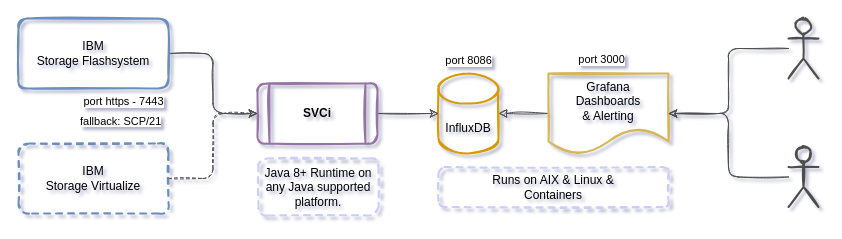
mnellemann/svci keeps this draw.io diagram as doc/SVCi.drawio. Above is the earlier version. Source tidied: cells renumbered, new cells numbered last; positions are measured from the earlier drawing's top-left corner, leaving out a move shared by most shapes. Both pictures are drawn from the tidied source at 100%, with x=0, y=0 at pixel (18, 18).
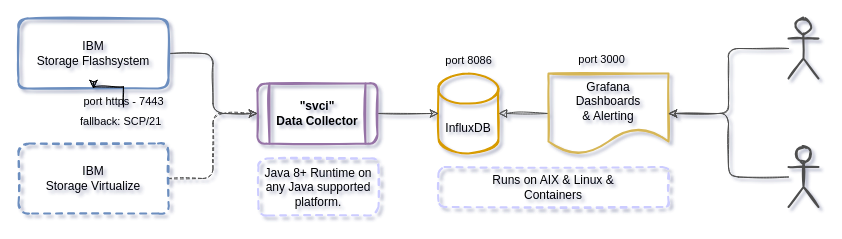
Above is the later version.

The change refers to these unchanged cells:
```xml
<mxCell id="7" style="edgeStyle=orthogonalEdgeStyle;rounded=1;jettySize=auto;html=1;sketch=1;startArrow=none;startFill=0;endArrow=classic;endFill=1;strokeWidth=1;strokeColor=#4D4D4D;" parent="1" edge="1" source="9" target="5">
  <mxGeometry relative="1" as="geometry" />
</mxCell>
<mxCell id="9" value="&lt;div&gt;&lt;font color=&quot;#000000&quot;&gt;IBM&lt;br&gt;&lt;/font&gt;&lt;/div&gt;&lt;div&gt;&lt;font color=&quot;#000000&quot;&gt;Storage Flashsystem&lt;/font&gt;&lt;/div&gt;" style="rounded=1;whiteSpace=wrap;html=1;fillColor=none;strokeColor=#6c8ebf;sketch=1;strokeWidth=2;" parent="1" vertex="1">
  <mxGeometry width="150" height="70" as="geometry" />
</mxCell>
```

Diff of the diagram source:
```diff
@@
-    <mxCell id="5" value="&lt;div&gt;&lt;b&gt;&lt;font style=&quot;&quot; color=&quot;#000000&quot;&gt;SVCi&lt;/font&gt;&lt;/b&gt;&lt;/div&gt;" style="shape=process;whiteSpace=wrap;html=1;backgroundOutline=1;fillColor=none;strokeColor=#9673a6;sketch=1;shadow=0;glass=0;rounded=1;strokeWidth=2;" parent="1" vertex="1">
+    <mxCell id="5" value="&lt;div&gt;&lt;b&gt;&lt;font style=&quot;&quot; color=&quot;#000000&quot;&gt;&quot;svci&quot;&lt;/font&gt;&lt;/b&gt;&lt;/div&gt;&lt;div&gt;&lt;b&gt;&lt;font style=&quot;&quot; color=&quot;#000000&quot;&gt;Data Collector&lt;/font&gt;&lt;/b&gt;&lt;/div&gt;" style="shape=process;whiteSpace=wrap;html=1;backgroundOutline=1;fillColor=none;strokeColor=#9673a6;sketch=1;shadow=0;glass=0;rounded=1;strokeWidth=2;" parent="1" vertex="1">
       <mxGeometry x="239" y="65" width="120" height="60" as="geometry" />
     </mxCell>
@@
-    <mxCell id="8" value="&lt;span style=&quot;color: rgb(0, 0, 0); background-color: rgb(255, 255, 255);&quot;&gt;port https - 7443&lt;/span&gt;" style="edgeLabel;html=1;align=center;verticalAlign=middle;" parent="7" vertex="1">
+    <mxCell id="8" value="&lt;span style=&quot;&quot;&gt;port https - 7443&lt;/span&gt;" style="edgeLabel;html=1;align=center;verticalAlign=middle;labelBackgroundColor=none;fontColor=#000000;" parent="7" vertex="1">
       <mxGeometry x="-0.46" y="-3" relative="1" as="geometry">
         <mxPoint x="-86" y="44" as="offset" />
       </mxGeometry>
     </mxCell>
@@
-    <mxCell id="14" value="&lt;font style=&quot;background-color: rgb(255, 255, 255);&quot; color=&quot;#000000&quot;&gt;port 8086&lt;/font&gt;" style="edgeLabel;html=1;align=center;verticalAlign=middle;" parent="1" vertex="1">
+    <mxCell id="14" value="&lt;font style=&quot;&quot;&gt;port 8086&lt;/font&gt;" style="edgeLabel;html=1;align=center;verticalAlign=middle;labelBackgroundColor=none;fontColor=#000000;" parent="1" vertex="1">
       <mxGeometry x="446" y="24" as="geometry">
         <mxPoint x="3" y="17" as="offset" />
       </mxGeometry>
     </mxCell>
-    <mxCell id="15" value="&lt;span style=&quot;background-color: rgb(255, 255, 255);&quot;&gt;&lt;font color=&quot;#000000&quot;&gt;port 3000&lt;/font&gt;&lt;/span&gt;" style="edgeLabel;html=1;align=center;verticalAlign=middle;" parent="1" vertex="1">
+    <mxCell id="15" value="&lt;span style=&quot;&quot;&gt;&lt;font&gt;port 3000&lt;/font&gt;&lt;/span&gt;" style="edgeLabel;html=1;align=center;verticalAlign=middle;labelBackgroundColor=none;fontColor=#000000;" parent="1" vertex="1">
       <mxGeometry x="460" y="56" as="geometry">
         <mxPoint x="122" y="-16" as="offset" />
       </mxGeometry>
     </mxCell>
@@
+    <mxCell id="21" style="edgeStyle=orthogonalEdgeStyle;rounded=0;sketch=1;hachureGap=4;jiggle=2;curveFitting=1;jettySize=auto;html=1;fontFamily=Architects Daughter;" parent="1" edge="1" source="20" target="9">
+      <mxGeometry relative="1" as="geometry" />
+    </mxCell>
-    <mxCell id="20" value="&lt;div style=&quot;text-align: center;&quot;&gt;&lt;font color=&quot;#000000&quot;&gt;&lt;span style=&quot;font-size: 11px; background-color: rgb(255, 255, 255);&quot;&gt;fallback: SCP/21&lt;/span&gt;&lt;/font&gt;&lt;/div&gt;" style="text;whiteSpace=wrap;html=1;" parent="1" vertex="1">
+    <mxCell id="20" value="&lt;div style=&quot;text-align: center;&quot;&gt;&lt;font&gt;&lt;span style=&quot;font-size: 11px;&quot;&gt;fallback: SCP/21&lt;/span&gt;&lt;/font&gt;&lt;/div&gt;" style="text;whiteSpace=wrap;html=1;labelBackgroundColor=none;fontColor=#000000;" parent="1" vertex="1">
       <mxGeometry x="60" y="88.5" width="90" height="40" as="geometry" />
     </mxCell>
```
